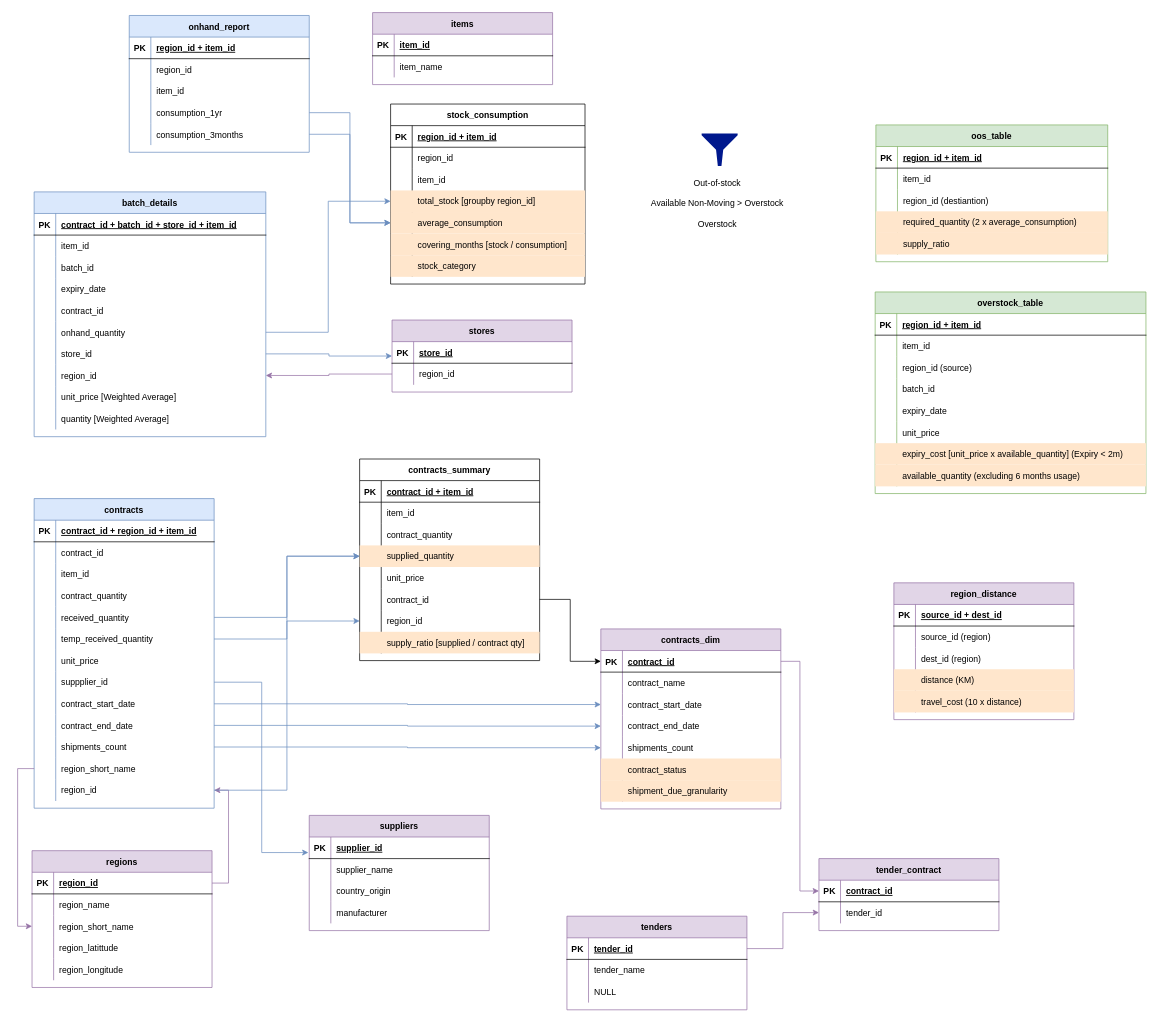
Before: oos_bot.drawio in HammadYasin/OOS-Analysis-Bot, a draw.io diagram. Source tidied: cells renumbered, new cells numbered last; positions are measured from the earlier drawing's top-left corner, leaving out a move shared by most shapes. Both pictures are drawn from the tidied source at 72%, with x=0, y=0 at pixel (32, 12).
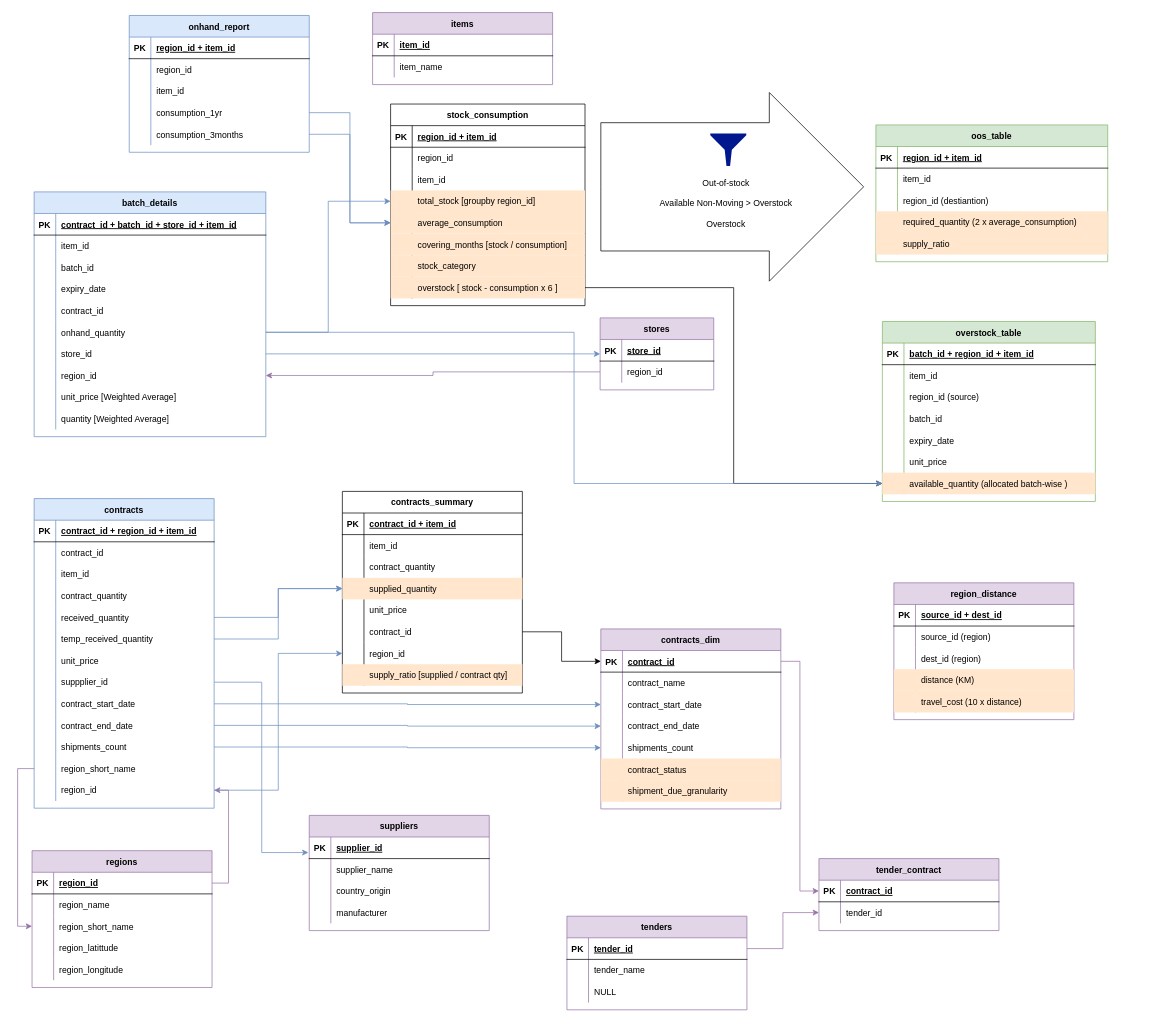
After the change.

Unchanged cells that the change refers to:
```xml
<mxCell id="74" style="shape=partialRectangle;points=[[0,0.5],[1,0.5]];portConstraint=eastwest;top=0;left=0;right=0;bottom=0;fillColor=none;" parent="58" vertex="1">
  <mxGeometry y="180" width="321.8" height="30" as="geometry" />
</mxCell>
```

Diff of the diagram source:
```diff
@@
     <mxCell id="112" value="stock_consumption" style="shape=table;startSize=30;childLayout=tableLayout;rowLines=0;fontStyle=1;align=center;" parent="1" vertex="1">
-      <mxGeometry x="498" y="127" width="270" height="250" as="geometry" />
+      <mxGeometry x="498" y="127" width="270" height="280" as="geometry" />
     </mxCell>
@@
+    <mxCell id="294" style="shape=partialRectangle;fillColor=#ffe6cc;points=[[0,0.5],[1,0.5]];portConstraint=eastwest;top=0;left=0;right=0;bottom=0;strokeColor=#d79b00;" parent="112" vertex="1">
+      <mxGeometry y="240" width="270" height="30" as="geometry" />
+    </mxCell>
+    <mxCell id="295" style="shape=partialRectangle;overflow=hidden;fillColor=none;top=0;left=0;bottom=0;right=0;" parent="294" vertex="1">
+      <mxGeometry width="30" height="30" as="geometry" />
+    </mxCell>
+    <mxCell id="296" value="overstock [ stock - consumption x 6 ]" style="shape=partialRectangle;overflow=hidden;fillColor=none;top=0;left=0;bottom=0;right=0;align=left;spacingLeft=6;" parent="294" vertex="1">
+      <mxGeometry x="30" width="240" height="30" as="geometry" />
+    </mxCell>
@@
     <mxCell id="188" value="contracts_summary" style="shape=table;startSize=30;childLayout=tableLayout;rowLines=0;fontStyle=1;align=center;" parent="1" vertex="1">
-      <mxGeometry x="455" y="620" width="250" height="280" as="geometry" />
+      <mxGeometry x="431" y="665" width="250" height="280" as="geometry" />
     </mxCell>
@@
     <mxCell id="220" value="stores" style="shape=table;startSize=30;childLayout=tableLayout;rowLines=0;fontStyle=1;align=center;fillColor=#e1d5e7;strokeColor=#9673a6;" parent="1" vertex="1">
-      <mxGeometry x="500" y="427" width="250" height="100" as="geometry" />
+      <mxGeometry x="789" y="424" width="157.8" height="100" as="geometry" />
     </mxCell>
     <mxCell id="221" style="shape=partialRectangle;fillColor=none;top=0;left=0;right=0;bottom=1;" parent="220" vertex="1">
-      <mxGeometry y="30" width="250" height="30" as="geometry" />
+      <mxGeometry y="30" width="157.8" height="30" as="geometry" />
     </mxCell>
@@
     <mxCell id="223" value="store_id" style="shape=partialRectangle;overflow=hidden;fillColor=none;top=0;left=0;bottom=0;right=0;align=left;spacingLeft=6;fontStyle=5;" parent="221" vertex="1">
-      <mxGeometry x="30" width="220" height="30" as="geometry" />
+      <mxGeometry x="30" width="127.8" height="30" as="geometry" />
     </mxCell>
     <mxCell id="224" style="shape=partialRectangle;fillColor=none;points=[[0,0.5],[1,0.5]];portConstraint=eastwest;top=0;left=0;right=0;bottom=0;" parent="220" vertex="1">
-      <mxGeometry y="60" width="250" height="30" as="geometry" />
+      <mxGeometry y="60" width="157.8" height="30" as="geometry" />
     </mxCell>
@@
     <mxCell id="226" value="region_id" style="shape=partialRectangle;overflow=hidden;fillColor=none;top=0;left=0;bottom=0;right=0;align=left;spacingLeft=6;" parent="224" vertex="1">
-      <mxGeometry x="30" width="220" height="30" as="geometry" />
+      <mxGeometry x="30" width="127.8" height="30" as="geometry" />
     </mxCell>
@@
     <mxCell id="235" style="sketch=0;shadow=0;dashed=0;html=1;strokeColor=none;labelPosition=center;verticalLabelPosition=bottom;verticalAlign=top;align=center;fillColor=#00188D;shape=mxgraph.mscae.enterprise.filter;" parent="1" vertex="1">
-      <mxGeometry x="930" y="168" width="50" height="45" as="geometry" />
+      <mxGeometry x="942" y="168" width="50" height="45" as="geometry" />
     </mxCell>
     <mxCell id="236" value="Out-of-stock&lt;br&gt;&lt;br&gt;Available Non-Moving &amp;gt; Overstock&lt;br&gt;&lt;br&gt;Overstock" style="text;html=1;strokeColor=none;fillColor=none;align=center;verticalAlign=middle;whiteSpace=wrap;rounded=0;" parent="1" vertex="1">
-      <mxGeometry x="858" y="219" width="188" height="92" as="geometry" />
+      <mxGeometry x="870" y="219" width="188" height="92" as="geometry" />
     </mxCell>
@@
-    <mxCell id="253" value="overstock_table" style="shape=table;startSize=30;childLayout=tableLayout;rowLines=0;fontStyle=1;align=center;fillColor=#d5e8d4;strokeColor=#82b366;" parent="1" vertex="1">
-      <mxGeometry x="1171" y="388" width="376.1" height="280" as="geometry" />
-    </mxCell>
-    <mxCell id="254" style="shape=partialRectangle;fillColor=none;top=0;left=0;right=0;bottom=1;" parent="253" vertex="1">
-      <mxGeometry y="30" width="376.1" height="30" as="geometry" />
-    </mxCell>
-    <mxCell id="255" value="PK" style="shape=partialRectangle;overflow=hidden;fillColor=none;top=0;left=0;bottom=0;right=0;fontStyle=1;" parent="254" vertex="1">
-      <mxGeometry width="30" height="30" as="geometry" />
-    </mxCell>
-    <mxCell id="256" value="region_id + item_id" style="shape=partialRectangle;overflow=hidden;fillColor=none;top=0;left=0;bottom=0;right=0;align=left;spacingLeft=6;fontStyle=5;" parent="254" vertex="1">
-      <mxGeometry x="30" width="346.1" height="30" as="geometry" />
-    </mxCell>
-    <mxCell id="257" style="shape=partialRectangle;fillColor=none;top=0;left=0;right=0;bottom=0;" parent="253" vertex="1">
-      <mxGeometry y="60" width="376.1" height="30" as="geometry" />
-    </mxCell>
-    <mxCell id="258" style="shape=partialRectangle;overflow=hidden;fillColor=none;top=0;left=0;bottom=0;right=0;" parent="257" vertex="1">
-      <mxGeometry width="30" height="30" as="geometry" />
-    </mxCell>
-    <mxCell id="259" value="item_id" style="shape=partialRectangle;overflow=hidden;fillColor=none;top=0;left=0;bottom=0;right=0;align=left;spacingLeft=6;" parent="257" vertex="1">
-      <mxGeometry x="30" width="346.1" height="30" as="geometry" />
-    </mxCell>
-    <mxCell id="260" style="shape=partialRectangle;fillColor=none;top=0;left=0;right=0;bottom=0;" parent="253" vertex="1">
-      <mxGeometry y="90" width="376.1" height="30" as="geometry" />
-    </mxCell>
-    <mxCell id="261" style="shape=partialRectangle;overflow=hidden;fillColor=none;top=0;left=0;bottom=0;right=0;" parent="260" vertex="1">
-      <mxGeometry width="30" height="30" as="geometry" />
-    </mxCell>
-    <mxCell id="262" value="region_id (source)" style="shape=partialRectangle;overflow=hidden;fillColor=none;top=0;left=0;bottom=0;right=0;align=left;spacingLeft=6;" parent="260" vertex="1">
-      <mxGeometry x="30" width="346.1" height="30" as="geometry" />
-    </mxCell>
-    <mxCell id="263" style="shape=partialRectangle;fillColor=none;top=0;left=0;right=0;bottom=0;strokeColor=#d79b00;" parent="253" vertex="1">
-      <mxGeometry y="120" width="376.1" height="30" as="geometry" />
-    </mxCell>
-    <mxCell id="264" style="shape=partialRectangle;overflow=hidden;fillColor=none;top=0;left=0;bottom=0;right=0;" parent="263" vertex="1">
-      <mxGeometry width="30" height="30" as="geometry" />
-    </mxCell>
-    <mxCell id="265" value="batch_id" style="shape=partialRectangle;overflow=hidden;fillColor=none;top=0;left=0;bottom=0;right=0;align=left;spacingLeft=6;" parent="263" vertex="1">
-      <mxGeometry x="30" width="346.1" height="30" as="geometry" />
-    </mxCell>
-    <mxCell id="266" style="shape=partialRectangle;fillColor=none;top=0;left=0;right=0;bottom=0;strokeColor=#d79b00;" parent="253" vertex="1">
-      <mxGeometry y="150" width="376.1" height="30" as="geometry" />
-    </mxCell>
-    <mxCell id="267" style="shape=partialRectangle;overflow=hidden;fillColor=none;top=0;left=0;bottom=0;right=0;" parent="266" vertex="1">
-      <mxGeometry width="30" height="30" as="geometry" />
-    </mxCell>
-    <mxCell id="268" value="expiry_date" style="shape=partialRectangle;overflow=hidden;fillColor=none;top=0;left=0;bottom=0;right=0;align=left;spacingLeft=6;" parent="266" vertex="1">
-      <mxGeometry x="30" width="346.1" height="30" as="geometry" />
-    </mxCell>
-    <mxCell id="269" style="shape=partialRectangle;fillColor=none;top=0;left=0;right=0;bottom=0;strokeColor=#d79b00;" parent="253" vertex="1">
-      <mxGeometry y="180" width="376.1" height="30" as="geometry" />
-    </mxCell>
-    <mxCell id="270" style="shape=partialRectangle;overflow=hidden;fillColor=none;top=0;left=0;bottom=0;right=0;" parent="269" vertex="1">
-      <mxGeometry width="30" height="30" as="geometry" />
-    </mxCell>
-    <mxCell id="271" value="unit_price" style="shape=partialRectangle;overflow=hidden;fillColor=none;top=0;left=0;bottom=0;right=0;align=left;spacingLeft=6;" parent="269" vertex="1">
-      <mxGeometry x="30" width="346.1" height="30" as="geometry" />
-    </mxCell>
-    <mxCell id="272" style="shape=partialRectangle;fillColor=#ffe6cc;top=0;left=0;right=0;bottom=0;strokeColor=#d79b00;" parent="253" vertex="1">
-      <mxGeometry y="210" width="376.1" height="30" as="geometry" />
-    </mxCell>
-    <mxCell id="273" style="shape=partialRectangle;overflow=hidden;fillColor=none;top=0;left=0;bottom=0;right=0;" parent="272" vertex="1">
-      <mxGeometry width="30" height="30" as="geometry" />
-    </mxCell>
-    <mxCell id="274" value="expiry_cost [unit_price x available_quantity] (Expiry &lt; 2m)" style="shape=partialRectangle;overflow=hidden;fillColor=none;top=0;left=0;bottom=0;right=0;align=left;spacingLeft=6;" parent="272" vertex="1">
-      <mxGeometry x="30" width="346.1" height="30" as="geometry" />
-    </mxCell>
-    <mxCell id="275" style="shape=partialRectangle;fillColor=#ffe6cc;top=0;left=0;right=0;bottom=0;strokeColor=#d79b00;" parent="253" vertex="1">
-      <mxGeometry y="240" width="376.1" height="30" as="geometry" />
-    </mxCell>
-    <mxCell id="276" style="shape=partialRectangle;overflow=hidden;fillColor=none;top=0;left=0;bottom=0;right=0;" parent="275" vertex="1">
-      <mxGeometry width="30" height="30" as="geometry" />
-    </mxCell>
-    <mxCell id="277" value="available_quantity (excluding 6 months usage)" style="shape=partialRectangle;overflow=hidden;fillColor=none;top=0;left=0;bottom=0;right=0;align=left;spacingLeft=6;" parent="275" vertex="1">
-      <mxGeometry x="30" width="346.1" height="30" as="geometry" />
-    </mxCell>
@@
+    <mxCell id="297" style="verticalLabelPosition=bottom;verticalAlign=top;html=1;strokeWidth=1;shape=mxgraph.arrows2.arrow;dy=0.32;dx=131;notch=0;fillColor=none;" parent="1" vertex="1">
+      <mxGeometry x="790" y="111" width="365" height="262" as="geometry" />
+    </mxCell>
+    <mxCell id="253" value="overstock_table" style="shape=table;startSize=30;childLayout=tableLayout;rowLines=0;fontStyle=1;align=center;fillColor=#d5e8d4;strokeColor=#82b366;" parent="1" vertex="1">
+      <mxGeometry x="1181" y="429" width="295.8" height="250" as="geometry" />
+    </mxCell>
+    <mxCell id="298" style="shape=partialRectangle;fillColor=none;top=0;left=0;right=0;bottom=1;" parent="253" vertex="1">
+      <mxGeometry y="30" width="295.8" height="30" as="geometry" />
+    </mxCell>
+    <mxCell id="255" value="PK" style="shape=partialRectangle;overflow=hidden;fillColor=none;top=0;left=0;bottom=0;right=0;fontStyle=1;" parent="298" vertex="1">
+      <mxGeometry width="30" height="30" as="geometry" />
+    </mxCell>
+    <mxCell id="299" value="batch_id + region_id + item_id" style="shape=partialRectangle;overflow=hidden;fillColor=none;top=0;left=0;bottom=0;right=0;align=left;spacingLeft=6;fontStyle=5;" parent="298" vertex="1">
+      <mxGeometry x="30" width="265.8" height="30" as="geometry" />
+    </mxCell>
+    <mxCell id="300" style="shape=partialRectangle;fillColor=none;top=0;left=0;right=0;bottom=0;" parent="253" vertex="1">
+      <mxGeometry y="60" width="295.8" height="30" as="geometry" />
+    </mxCell>
+    <mxCell id="301" style="shape=partialRectangle;overflow=hidden;fillColor=none;top=0;left=0;bottom=0;right=0;" parent="300" vertex="1">
+      <mxGeometry width="30" height="30" as="geometry" />
+    </mxCell>
+    <mxCell id="259" value="item_id" style="shape=partialRectangle;overflow=hidden;fillColor=none;top=0;left=0;bottom=0;right=0;align=left;spacingLeft=6;" parent="300" vertex="1">
+      <mxGeometry x="30" width="265.8" height="30" as="geometry" />
+    </mxCell>
+    <mxCell id="302" style="shape=partialRectangle;fillColor=none;top=0;left=0;right=0;bottom=0;" parent="253" vertex="1">
+      <mxGeometry y="90" width="295.8" height="30" as="geometry" />
+    </mxCell>
+    <mxCell id="303" style="shape=partialRectangle;overflow=hidden;fillColor=none;top=0;left=0;bottom=0;right=0;" parent="302" vertex="1">
+      <mxGeometry width="30" height="30" as="geometry" />
+    </mxCell>
+    <mxCell id="262" value="region_id (source)" style="shape=partialRectangle;overflow=hidden;fillColor=none;top=0;left=0;bottom=0;right=0;align=left;spacingLeft=6;" parent="302" vertex="1">
+      <mxGeometry x="30" width="265.8" height="30" as="geometry" />
+    </mxCell>
+    <mxCell id="304" style="shape=partialRectangle;fillColor=none;top=0;left=0;right=0;bottom=0;strokeColor=#d79b00;" parent="253" vertex="1">
+      <mxGeometry y="120" width="295.8" height="30" as="geometry" />
+    </mxCell>
+    <mxCell id="305" style="shape=partialRectangle;overflow=hidden;fillColor=none;top=0;left=0;bottom=0;right=0;" parent="304" vertex="1">
+      <mxGeometry width="30" height="30" as="geometry" />
+    </mxCell>
+    <mxCell id="265" value="batch_id" style="shape=partialRectangle;overflow=hidden;fillColor=none;top=0;left=0;bottom=0;right=0;align=left;spacingLeft=6;" parent="304" vertex="1">
+      <mxGeometry x="30" width="265.8" height="30" as="geometry" />
+    </mxCell>
+    <mxCell id="306" style="shape=partialRectangle;fillColor=none;top=0;left=0;right=0;bottom=0;strokeColor=#d79b00;" parent="253" vertex="1">
+      <mxGeometry y="150" width="295.8" height="30" as="geometry" />
+    </mxCell>
+    <mxCell id="307" style="shape=partialRectangle;overflow=hidden;fillColor=none;top=0;left=0;bottom=0;right=0;" parent="306" vertex="1">
+      <mxGeometry width="30" height="30" as="geometry" />
+    </mxCell>
+    <mxCell id="268" value="expiry_date" style="shape=partialRectangle;overflow=hidden;fillColor=none;top=0;left=0;bottom=0;right=0;align=left;spacingLeft=6;" parent="306" vertex="1">
+      <mxGeometry x="30" width="265.8" height="30" as="geometry" />
+    </mxCell>
+    <mxCell id="308" style="shape=partialRectangle;fillColor=none;top=0;left=0;right=0;bottom=0;strokeColor=#d79b00;" parent="253" vertex="1">
+      <mxGeometry y="180" width="295.8" height="30" as="geometry" />
+    </mxCell>
+    <mxCell id="309" style="shape=partialRectangle;overflow=hidden;fillColor=none;top=0;left=0;bottom=0;right=0;" parent="308" vertex="1">
+      <mxGeometry width="30" height="30" as="geometry" />
+    </mxCell>
+    <mxCell id="271" value="unit_price" style="shape=partialRectangle;overflow=hidden;fillColor=none;top=0;left=0;bottom=0;right=0;align=left;spacingLeft=6;" parent="308" vertex="1">
+      <mxGeometry x="30" width="265.8" height="30" as="geometry" />
+    </mxCell>
+    <mxCell id="310" style="shape=partialRectangle;fillColor=#ffe6cc;points=[[0,0.5],[1,0.5]];portConstraint=eastwest;top=0;left=0;right=0;bottom=0;strokeColor=#d79b00;" parent="253" vertex="1">
+      <mxGeometry y="210" width="295.8" height="30" as="geometry" />
+    </mxCell>
+    <mxCell id="311" style="shape=partialRectangle;overflow=hidden;fillColor=none;top=0;left=0;bottom=0;right=0;" parent="310" vertex="1">
+      <mxGeometry width="30" height="30" as="geometry" />
+    </mxCell>
+    <mxCell id="312" value="available_quantity (allocated batch-wise )" style="shape=partialRectangle;overflow=hidden;fillColor=none;top=0;left=0;bottom=0;right=0;align=left;spacingLeft=6;" parent="310" vertex="1">
+      <mxGeometry x="30" width="265.8" height="30" as="geometry" />
+    </mxCell>
+    <mxCell id="313" style="edgeStyle=orthogonalEdgeStyle;rounded=0;jettySize=auto;html=1;entryX=0;entryY=0.5;entryDx=0;entryDy=0;" parent="1" edge="1" source="294" target="310">
+      <mxGeometry relative="1" as="geometry" />
+    </mxCell>
+    <mxCell id="314" style="edgeStyle=orthogonalEdgeStyle;rounded=0;jettySize=auto;html=1;entryX=0;entryY=0.5;entryDx=0;entryDy=0;fillColor=#dae8fc;strokeColor=#6c8ebf;" parent="1" edge="1" source="74" target="310">
+      <mxGeometry relative="1" as="geometry" />
+    </mxCell>
```
